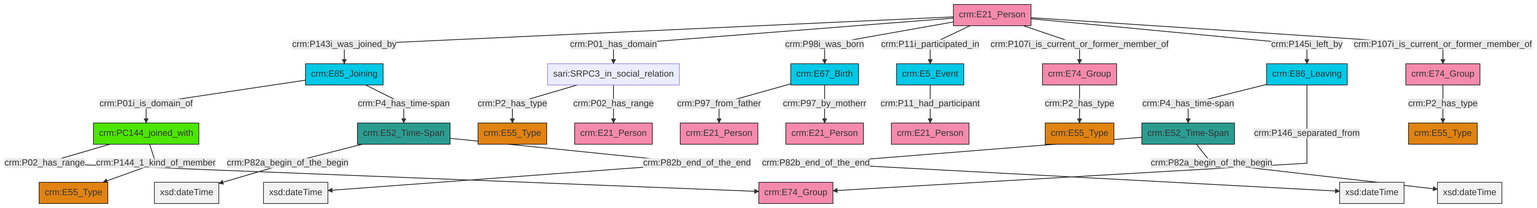
Earlier version of the Mermaid export et/personCSV/ttl/mmd/png/Person_Actor_Relations.png (swiss-art-research-net/docs.swissartresearch). Its source is kept beside it as et/personCSV/ttl/mmd/Person_Actor_Relations.ttl.mmd.
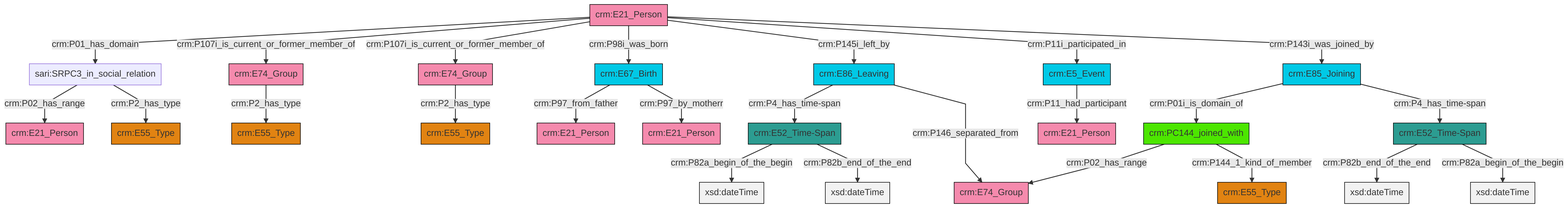
The same diagram one commit later.

What changed in the source:
```diff
@@ -13,27 +13,27 @@
 classDef PC_Classes fill:#4ce600, stroke:#000000;
 classDef Multi fill:#cccccc,stroke:#000000;
 
-4["crm:E52_Time-Span"]:::Time-Span -->|crm:P82b_end_of_the_end| 5[xsd:dateTime]:::Literal
-6["crm:E21_Person"]:::Actor -->|crm:P143i_was_joined_by| 2["crm:E85_Joining"]:::Temporal_Entity
-7["crm:E74_Group"]:::Actor -->|crm:P2_has_type| 8["crm:E55_Type"]:::Type
-6["crm:E21_Person"]:::Actor -->|crm:P01_has_domain| 9["sari:SRPC3_in_social_relation"]:::Default
-14["crm:E5_Event"]:::Temporal_Entity -->|crm:P11_had_participant| 15["crm:E21_Person"]:::Actor
-16["crm:E67_Birth"]:::Temporal_Entity -->|crm:P97_from_father| 12["crm:E21_Person"]:::Actor
-17["crm:E52_Time-Span"]:::Time-Span -->|crm:P82a_begin_of_the_begin| 18[xsd:dateTime]:::Literal
-17["crm:E52_Time-Span"]:::Time-Span -->|crm:P82b_end_of_the_end| 19[xsd:dateTime]:::Literal
-2["crm:E85_Joining"]:::Temporal_Entity -->|crm:P01i_is_domain_of| 20["crm:PC144_joined_with"]:::PC_Classes
-6["crm:E21_Person"]:::Actor -->|crm:P98i_was_born| 16["crm:E67_Birth"]:::Temporal_Entity
-6["crm:E21_Person"]:::Actor -->|crm:P11i_participated_in| 14["crm:E5_Event"]:::Temporal_Entity
-2["crm:E85_Joining"]:::Temporal_Entity -->|crm:P4_has_time-span| 17["crm:E52_Time-Span"]:::Time-Span
-6["crm:E21_Person"]:::Actor -->|crm:P107i_is_current_or_former_member_of| 23["crm:E74_Group"]:::Actor
-6["crm:E21_Person"]:::Actor -->|crm:P145i_left_by| 25["crm:E86_Leaving"]:::Temporal_Entity
-4["crm:E52_Time-Span"]:::Time-Span -->|crm:P82a_begin_of_the_begin| 32[xsd:dateTime]:::Literal
-6["crm:E21_Person"]:::Actor -->|crm:P107i_is_current_or_former_member_of| 7["crm:E74_Group"]:::Actor
-9["sari:SRPC3_in_social_relation"]:::Default -->|crm:P2_has_type| 34["crm:E55_Type"]:::Type
-20["crm:PC144_joined_with"]:::PC_Classes -->|crm:P02_has_range| 26["crm:E74_Group"]:::Actor
-9["sari:SRPC3_in_social_relation"]:::Default -->|crm:P02_has_range| 38["crm:E21_Person"]:::Actor
-23["crm:E74_Group"]:::Actor -->|crm:P2_has_type| 21["crm:E55_Type"]:::Type
-16["crm:E67_Birth"]:::Temporal_Entity -->|crm:P97_by_motherr| 0["crm:E21_Person"]:::Actor
-25["crm:E86_Leaving"]:::Temporal_Entity -->|crm:P4_has_time-span| 4["crm:E52_Time-Span"]:::Time-Span
-20["crm:PC144_joined_with"]:::PC_Classes -->|crm:P144_1_kind_of_member| 28["crm:E55_Type"]:::Type
-25["crm:E86_Leaving"]:::Temporal_Entity -->|crm:P146_separated_from| 26["crm:E74_Group"]:::Actor
+0["crm:E21_Person"]:::Actor -->|crm:P01_has_domain| 1["sari:SRPC3_in_social_relation"]:::Default
+2["crm:E67_Birth"]:::Temporal_Entity -->|crm:P97_from_father| 3["crm:E21_Person"]:::Actor
+0["crm:E21_Person"]:::Actor -->|crm:P107i_is_current_or_former_member_of| 4["crm:E74_Group"]:::Actor
+5["crm:E5_Event"]:::Temporal_Entity -->|crm:P11_had_participant| 6["crm:E21_Person"]:::Actor
+11["crm:E52_Time-Span"]:::Time-Span -->|crm:P82a_begin_of_the_begin| 12[xsd:dateTime]:::Literal
+0["crm:E21_Person"]:::Actor -->|crm:P107i_is_current_or_former_member_of| 15["crm:E74_Group"]:::Actor
+11["crm:E52_Time-Span"]:::Time-Span -->|crm:P82b_end_of_the_end| 20[xsd:dateTime]:::Literal
+1["sari:SRPC3_in_social_relation"]:::Default -->|crm:P02_has_range| 21["crm:E21_Person"]:::Actor
+23["crm:E52_Time-Span"]:::Time-Span -->|crm:P82b_end_of_the_end| 24[xsd:dateTime]:::Literal
+13["crm:E85_Joining"]:::Temporal_Entity -->|crm:P01i_is_domain_of| 27["crm:PC144_joined_with"]:::PC_Classes
+0["crm:E21_Person"]:::Actor -->|crm:P98i_was_born| 2["crm:E67_Birth"]:::Temporal_Entity
+4["crm:E74_Group"]:::Actor -->|crm:P2_has_type| 28["crm:E55_Type"]:::Type
+29["crm:E86_Leaving"]:::Temporal_Entity -->|crm:P4_has_time-span| 11["crm:E52_Time-Span"]:::Time-Span
+27["crm:PC144_joined_with"]:::PC_Classes -->|crm:P02_has_range| 25["crm:E74_Group"]:::Actor
+15["crm:E74_Group"]:::Actor -->|crm:P2_has_type| 31["crm:E55_Type"]:::Type
+27["crm:PC144_joined_with"]:::PC_Classes -->|crm:P144_1_kind_of_member| 9["crm:E55_Type"]:::Type
+0["crm:E21_Person"]:::Actor -->|crm:P145i_left_by| 29["crm:E86_Leaving"]:::Temporal_Entity
+0["crm:E21_Person"]:::Actor -->|crm:P11i_participated_in| 5["crm:E5_Event"]:::Temporal_Entity
+13["crm:E85_Joining"]:::Temporal_Entity -->|crm:P4_has_time-span| 23["crm:E52_Time-Span"]:::Time-Span
+29["crm:E86_Leaving"]:::Temporal_Entity -->|crm:P146_separated_from| 25["crm:E74_Group"]:::Actor
+2["crm:E67_Birth"]:::Temporal_Entity -->|crm:P97_by_motherr| 7["crm:E21_Person"]:::Actor
+23["crm:E52_Time-Span"]:::Time-Span -->|crm:P82a_begin_of_the_begin| 42[xsd:dateTime]:::Literal
+0["crm:E21_Person"]:::Actor -->|crm:P143i_was_joined_by| 13["crm:E85_Joining"]:::Temporal_Entity
+1["sari:SRPC3_in_social_relation"]:::Default -->|crm:P2_has_type| 17["crm:E55_Type"]:::Type
```
